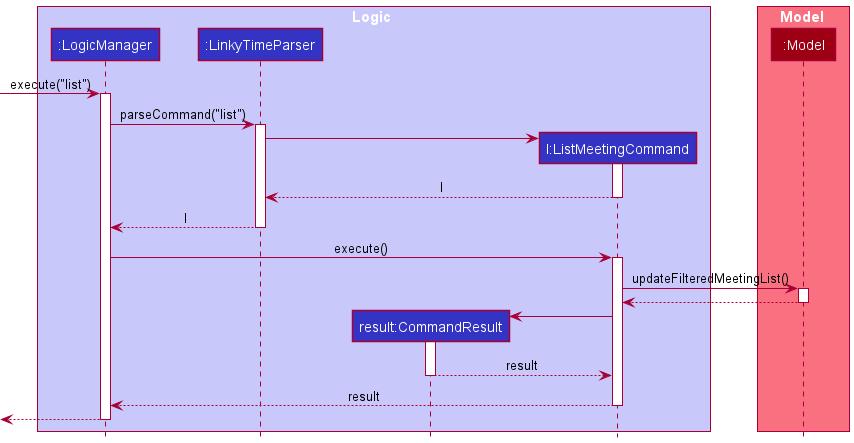
This is docs/images/ListMeetingSequenceDiagram.png from zfs-old-crap/linkytime, a PlantUML export, as it was before one commit.
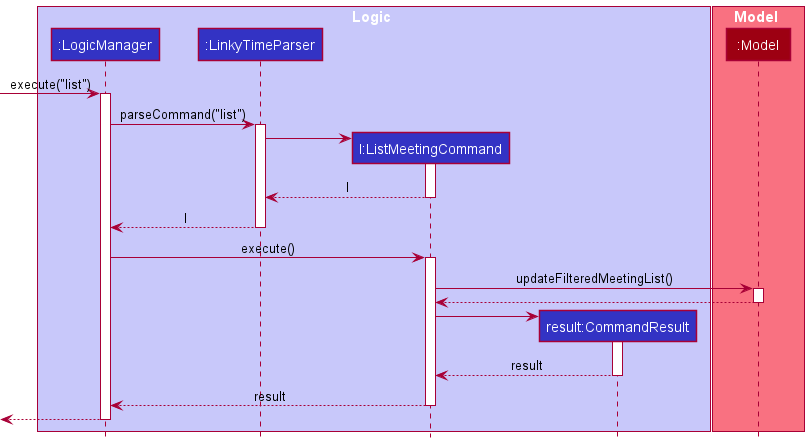
The same file after the commit.

What changed in the source:
```diff
@@ -4,8 +4,8 @@
 box Logic LOGIC_COLOR_T1
 participant ":LogicManager" as LogicManager LOGIC_COLOR
 participant ":LinkyTimeParser" as LinkyTimeParser LOGIC_COLOR
+participant "l:ListMeetingCommand" as ListMeetingCommand LOGIC_COLOR
 participant "result:CommandResult" as CommandResult LOGIC_COLOR
-participant "l:ListMeetingCommand" as ListMeetingCommand LOGIC_COLOR
 end box
 
 box Model MODEL_COLOR_T1
```
